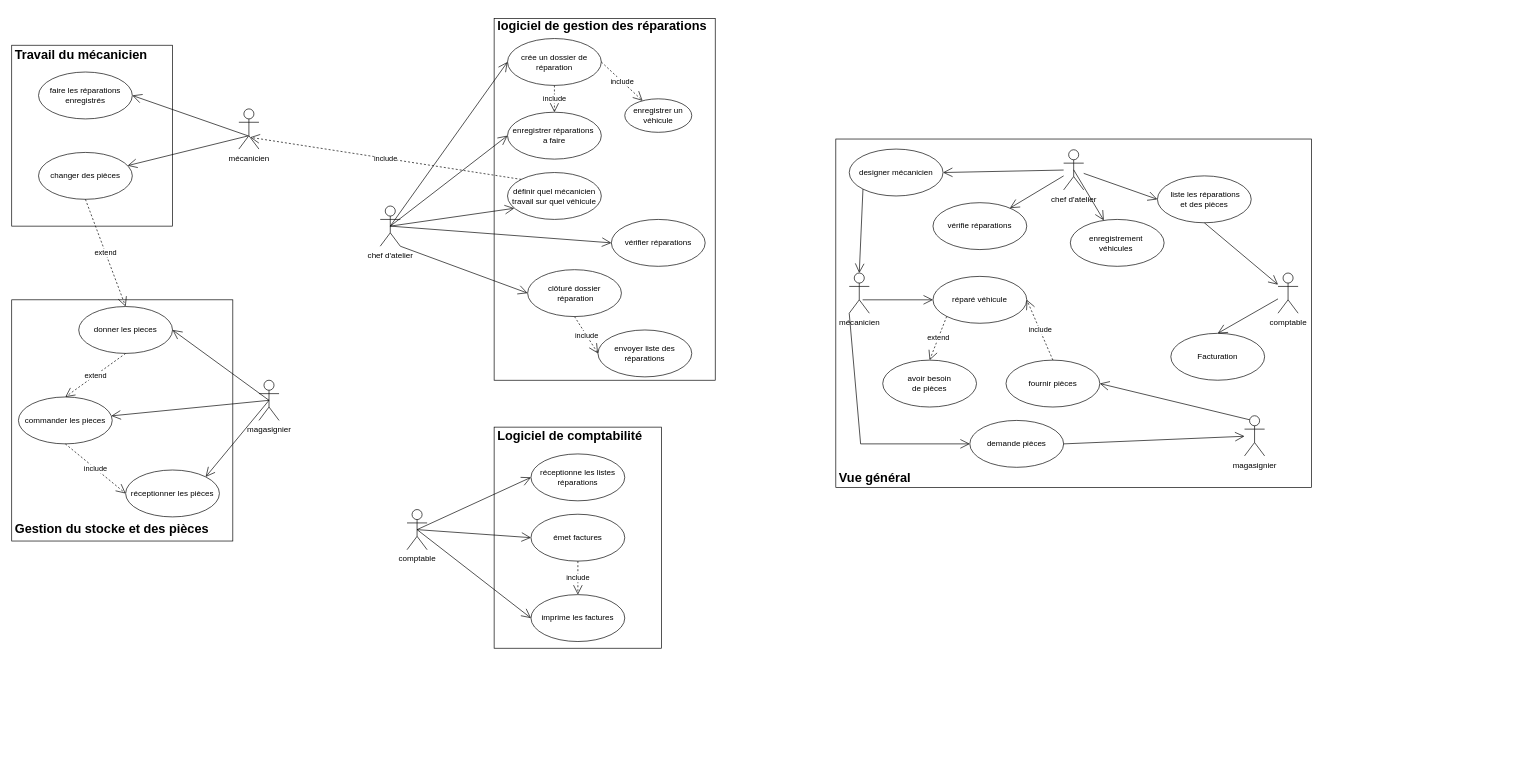
Above: exo_UML/exo auto.drawio in SquizzzGeekCat/IBM_Academy (draw.io), before the change. Source tidied: cells renumbered, new cells numbered last; positions are measured from the earlier drawing's top-left corner, leaving out a move shared by most shapes. Both pictures are drawn from the tidied source at 67%, with x=0, y=0 at pixel (11, 11).
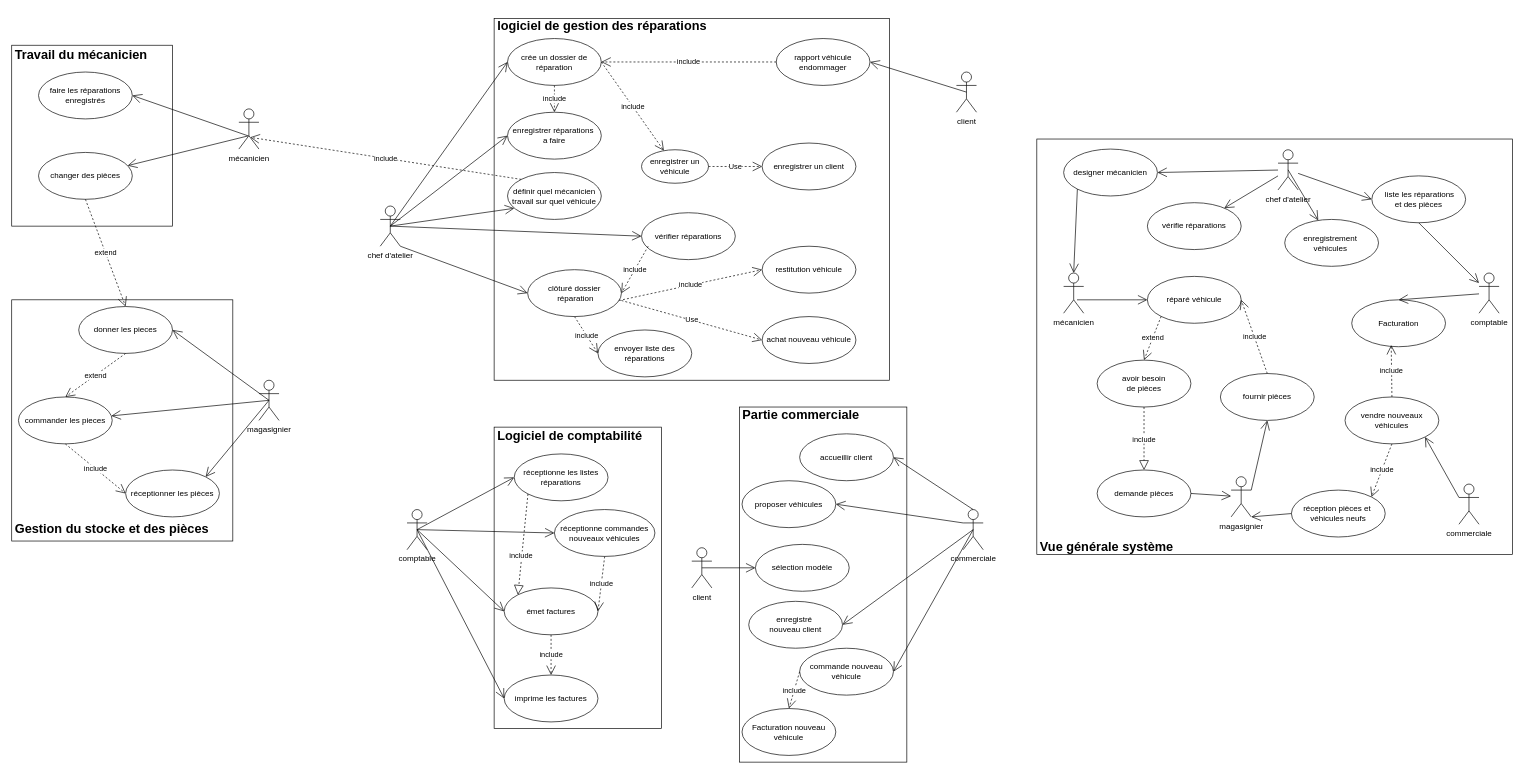
The same page after the edit.

Commit message:
update exo 1 suite 3 besoin implicite

Unchanged cells that the change refers to:
```xml
<mxCell id="3" value="comptable" style="shape=umlActor;verticalLabelPosition=bottom;verticalAlign=top;html=1;outlineConnect=0;" parent="1" vertex="1">
  <mxGeometry x="590" y="743" width="30" height="60" as="geometry" />
</mxCell>
<mxCell id="10" value="clôturé dossier&lt;div&gt;&amp;nbsp;réparation&lt;/div&gt;" style="ellipse;whiteSpace=wrap;html=1;" parent="1" vertex="1">
  <mxGeometry x="770" y="385" width="140" height="70" as="geometry" />
</mxCell>
<mxCell id="11" value="crée un dossier de réparation" style="ellipse;whiteSpace=wrap;html=1;" parent="1" vertex="1">
  <mxGeometry x="740" y="40" width="140" height="70" as="geometry" />
</mxCell>
```

Change to the diagram source:
```diff
@@
     <mxCell id="2" value="&lt;h2&gt;&lt;br&gt;&lt;/h2&gt;" style="html=1;whiteSpace=wrap;align=center;" parent="1" vertex="1">
-      <mxGeometry x="720" y="10" width="330" height="540" as="geometry" />
+      <mxGeometry x="720" y="10" width="590" height="540" as="geometry" />
     </mxCell>
@@
     <mxCell id="6" value="enregistrer un véhicule" style="ellipse;whiteSpace=wrap;html=1;" parent="1" vertex="1">
-      <mxGeometry x="915" y="130" width="100" height="50" as="geometry" />
+      <mxGeometry x="940" y="206" width="100" height="50" as="geometry" />
     </mxCell>
@@
     <mxCell id="9" value="vérifier réparations" style="ellipse;whiteSpace=wrap;html=1;" parent="1" vertex="1">
-      <mxGeometry x="895" y="310" width="140" height="70" as="geometry" />
+      <mxGeometry x="940" y="300" width="140" height="70" as="geometry" />
     </mxCell>
@@
     <mxCell id="21" style="html=1;whiteSpace=wrap;" parent="1" vertex="1">
-      <mxGeometry x="720" y="620" width="250" height="330" as="geometry" />
+      <mxGeometry x="720" y="620" width="250" height="450" as="geometry" />
     </mxCell>
     <mxCell id="22" value="réceptionne les listes réparations" style="ellipse;whiteSpace=wrap;html=1;" parent="1" vertex="1">
-      <mxGeometry x="775" y="660" width="140" height="70" as="geometry" />
+      <mxGeometry x="750" y="660" width="140" height="70" as="geometry" />
     </mxCell>
     <mxCell id="23" value="émet factures" style="ellipse;whiteSpace=wrap;html=1;" parent="1" vertex="1">
-      <mxGeometry x="775" y="750" width="140" height="70" as="geometry" />
+      <mxGeometry x="735" y="860" width="140" height="70" as="geometry" />
     </mxCell>
     <mxCell id="24" value="imprime les factures" style="ellipse;whiteSpace=wrap;html=1;" parent="1" vertex="1">
-      <mxGeometry x="775" y="870" width="140" height="70" as="geometry" />
+      <mxGeometry x="735" y="990" width="140" height="70" as="geometry" />
     </mxCell>
@@
     <mxCell id="29" style="html=1;whiteSpace=wrap;" parent="1" vertex="1">
-      <mxGeometry x="1230" y="190" width="710" height="520" as="geometry" />
+      <mxGeometry x="1530" y="190" width="710" height="620" as="geometry" />
     </mxCell>
     <mxCell id="30" value="enregistrement&amp;nbsp;&lt;div&gt;véhicules&amp;nbsp;&lt;/div&gt;" style="ellipse;whiteSpace=wrap;html=1;" parent="1" vertex="1">
-      <mxGeometry x="1580" y="310" width="140" height="70" as="geometry" />
+      <mxGeometry x="1900" y="310" width="140" height="70" as="geometry" />
     </mxCell>
     <mxCell id="31" value="chef d'atelier" style="shape=umlActor;verticalLabelPosition=bottom;verticalAlign=top;html=1;outlineConnect=0;" parent="1" vertex="1">
-      <mxGeometry x="1570" y="206" width="30" height="60" as="geometry" />
+      <mxGeometry x="1890" y="206" width="30" height="60" as="geometry" />
     </mxCell>
     <mxCell id="32" value="comptable" style="shape=umlActor;verticalLabelPosition=bottom;verticalAlign=top;html=1;outlineConnect=0;" parent="1" vertex="1">
-      <mxGeometry x="1890" y="390" width="30" height="60" as="geometry" />
+      <mxGeometry x="2190" y="390" width="30" height="60" as="geometry" />
     </mxCell>
     <mxCell id="33" value="Facturation" style="ellipse;whiteSpace=wrap;html=1;" parent="1" vertex="1">
-      <mxGeometry x="1730" y="480" width="140" height="70" as="geometry" />
+      <mxGeometry x="2000" y="430" width="140" height="70" as="geometry" />
     </mxCell>
     <mxCell id="34" value="magasignier" style="shape=umlActor;verticalLabelPosition=bottom;verticalAlign=top;html=1;outlineConnect=0;" parent="1" vertex="1">
-      <mxGeometry x="1840" y="603" width="30" height="60" as="geometry" />
+      <mxGeometry x="1820" y="694" width="30" height="60" as="geometry" />
     </mxCell>
     <mxCell id="35" value="mécanicien" style="shape=umlActor;verticalLabelPosition=bottom;verticalAlign=top;html=1;" parent="1" vertex="1">
-      <mxGeometry x="1250" y="390" width="30" height="60" as="geometry" />
+      <mxGeometry x="1570" y="390" width="30" height="60" as="geometry" />
     </mxCell>
     <mxCell id="36" value="réparé véhicule" style="ellipse;whiteSpace=wrap;html=1;" parent="1" vertex="1">
-      <mxGeometry x="1375" y="395" width="140" height="70" as="geometry" />
+      <mxGeometry x="1695" y="395" width="140" height="70" as="geometry" />
     </mxCell>
     <mxCell id="37" value="fournir pièces" style="ellipse;whiteSpace=wrap;html=1;" parent="1" vertex="1">
-      <mxGeometry x="1484" y="520" width="140" height="70" as="geometry" />
+      <mxGeometry x="1804" y="540" width="140" height="70" as="geometry" />
     </mxCell>
@@
     <mxCell id="46" value="designer mécanicien" style="ellipse;whiteSpace=wrap;html=1;" parent="1" vertex="1">
-      <mxGeometry x="1250" y="205" width="140" height="70" as="geometry" />
+      <mxGeometry x="1570" y="205" width="140" height="70" as="geometry" />
     </mxCell>
     <mxCell id="47" value="avoir besoin&lt;div&gt;de pièces&lt;/div&gt;" style="ellipse;whiteSpace=wrap;html=1;" parent="1" vertex="1">
-      <mxGeometry x="1300" y="520" width="140" height="70" as="geometry" />
+      <mxGeometry x="1620" y="520" width="140" height="70" as="geometry" />
     </mxCell>
@@
     <mxCell id="50" value="&amp;nbsp;liste les réparations&lt;div&gt;et des pièces&lt;/div&gt;" style="ellipse;whiteSpace=wrap;html=1;" parent="1" vertex="1">
-      <mxGeometry x="1710" y="245" width="140" height="70" as="geometry" />
+      <mxGeometry x="2030" y="245" width="140" height="70" as="geometry" />
     </mxCell>
-    <mxCell id="51" value="&lt;font style=&quot;font-size: 19px;&quot;&gt;Vue général&lt;/font&gt;" style="text;align=left;fontStyle=1;verticalAlign=middle;spacingLeft=3;spacingRight=3;strokeColor=none;html=1;" parent="1" vertex="1">
-      <mxGeometry x="1230" y="684" width="80" height="26" as="geometry" />
+    <mxCell id="51" value="&lt;font style=&quot;font-size: 19px;&quot;&gt;Vue générale système&lt;/font&gt;" style="text;align=left;fontStyle=1;verticalAlign=middle;spacingLeft=3;spacingRight=3;strokeColor=none;html=1;" parent="1" vertex="1">
+      <mxGeometry x="1530" y="786" width="80" height="26" as="geometry" />
     </mxCell>
@@
     <mxCell id="67" style="endArrow=open;endFill=1;endSize=12;html=1;rounded=0;" parent="1" edge="1" target="36">
       <mxGeometry relative="1" as="geometry">
-        <mxPoint x="1270" y="430" as="sourcePoint" />
+        <mxPoint x="1590" y="430" as="sourcePoint" />
       </mxGeometry>
     </mxCell>
     <mxCell id="68" value="demande pièces" style="ellipse;whiteSpace=wrap;html=1;" parent="1" vertex="1">
-      <mxGeometry x="1430" y="610" width="140" height="70" as="geometry" />
+      <mxGeometry x="1620" y="684" width="140" height="70" as="geometry" />
     </mxCell>
-    <mxCell id="69" style="endArrow=open;endFill=1;endSize=12;html=1;rounded=0;exitX=0;exitY=1;exitDx=0;exitDy=0;exitPerimeter=0;entryX=0;entryY=0.5;entryDx=0;entryDy=0;" parent="1" edge="1" source="35" target="68">
-      <mxGeometry relative="1" as="geometry">
-        <Array as="points">
-          <mxPoint x="1267" y="645" />
-        </Array>
-      </mxGeometry>
-    </mxCell>
@@
-    <mxCell id="71" style="endArrow=open;endFill=1;endSize=12;html=1;rounded=0;entryX=1;entryY=0.5;entryDx=0;entryDy=0;exitX=0.25;exitY=0.1;exitDx=0;exitDy=0;exitPerimeter=0;" parent="1" edge="1" source="34" target="37">
+    <mxCell id="71" style="endArrow=open;endFill=1;endSize=12;html=1;rounded=0;entryX=0.5;entryY=1;entryDx=0;entryDy=0;exitX=1;exitY=0.3333333333333333;exitDx=0;exitDy=0;exitPerimeter=0;" parent="1" edge="1" source="34" target="37">
       <mxGeometry relative="1" as="geometry" />
     </mxCell>
@@
     <mxCell id="76" value="vérifie réparations" style="ellipse;whiteSpace=wrap;html=1;" parent="1" vertex="1">
-      <mxGeometry x="1375" y="285" width="140" height="70" as="geometry" />
+      <mxGeometry x="1695" y="285" width="140" height="70" as="geometry" />
     </mxCell>
@@
+    <mxCell id="78" value="enregistrer un client" style="ellipse;whiteSpace=wrap;html=1;" parent="1" vertex="1">
+      <mxGeometry x="1120" y="196" width="140" height="70" as="geometry" />
+    </mxCell>
+    <mxCell id="79" value="Use" style="endArrow=open;endSize=12;dashed=1;html=1;rounded=0;exitX=1;exitY=0.5;exitDx=0;exitDy=0;" parent="1" edge="1" source="6" target="78">
+      <mxGeometry relative="1" as="geometry" />
+    </mxCell>
+    <mxCell id="80" value="include" style="endArrow=open;endSize=12;dashed=1;html=1;rounded=0;exitX=0.071;exitY=0.714;exitDx=0;exitDy=0;entryX=1;entryY=0.5;entryDx=0;entryDy=0;exitPerimeter=0;" parent="1" edge="1" source="9" target="10">
+      <mxGeometry relative="1" as="geometry" />
+    </mxCell>
+    <mxCell id="81" value="restitution véhicule" style="ellipse;whiteSpace=wrap;html=1;" parent="1" vertex="1">
+      <mxGeometry x="1120" y="350" width="140" height="70" as="geometry" />
+    </mxCell>
+    <mxCell id="82" value="achat nouveau véhicule" style="ellipse;whiteSpace=wrap;html=1;" parent="1" vertex="1">
+      <mxGeometry x="1120" y="455" width="140" height="70" as="geometry" />
+    </mxCell>
+    <mxCell id="83" value="include" style="endArrow=open;endSize=12;dashed=1;html=1;rounded=0;exitX=0.975;exitY=0.657;exitDx=0;exitDy=0;exitPerimeter=0;entryX=0;entryY=0.5;entryDx=0;entryDy=0;" parent="1" edge="1" source="10" target="81">
+      <mxGeometry relative="1" as="geometry" />
+    </mxCell>
+    <mxCell id="84" value="Use" style="endArrow=open;endSize=12;dashed=1;html=1;rounded=0;exitX=1;exitY=0.657;exitDx=0;exitDy=0;exitPerimeter=0;entryX=0;entryY=0.5;entryDx=0;entryDy=0;" parent="1" edge="1" source="10" target="82">
+      <mxGeometry relative="1" as="geometry" />
+    </mxCell>
+    <mxCell id="85" value="commerciale" style="shape=umlActor;verticalLabelPosition=bottom;verticalAlign=top;html=1;" parent="1" vertex="1">
+      <mxGeometry x="1420" y="743" width="30" height="60" as="geometry" />
+    </mxCell>
+    <mxCell id="86" style="html=1;whiteSpace=wrap;" parent="1" vertex="1">
+      <mxGeometry x="1086" y="590" width="250" height="530" as="geometry" />
+    </mxCell>
+    <mxCell id="87" value="accueillir client" style="ellipse;whiteSpace=wrap;html=1;" parent="1" vertex="1">
+      <mxGeometry x="1176" y="630" width="140" height="70" as="geometry" />
+    </mxCell>
+    <mxCell id="88" value="proposer véhicules" style="ellipse;whiteSpace=wrap;html=1;" parent="1" vertex="1">
+      <mxGeometry x="1090" y="700" width="140" height="70" as="geometry" />
+    </mxCell>
+    <mxCell id="89" value="commande nouveau&lt;div&gt;véhicule&lt;/div&gt;" style="ellipse;whiteSpace=wrap;html=1;" parent="1" vertex="1">
+      <mxGeometry x="1176" y="950" width="140" height="70" as="geometry" />
+    </mxCell>
+    <mxCell id="90" value="Facturation nouveau véhicule" style="ellipse;whiteSpace=wrap;html=1;" parent="1" vertex="1">
+      <mxGeometry x="1090" y="1040" width="140" height="70" as="geometry" />
+    </mxCell>
+    <mxCell id="91" value="réceptionne commandes&lt;div&gt;nouveaux véhicules&lt;/div&gt;" style="ellipse;whiteSpace=wrap;html=1;" parent="1" vertex="1">
+      <mxGeometry x="810" y="743" width="150" height="70" as="geometry" />
+    </mxCell>
+    <mxCell id="92" style="endArrow=open;endFill=1;endSize=12;html=1;rounded=0;exitX=0.5;exitY=0.5;exitDx=0;exitDy=0;exitPerimeter=0;entryX=0;entryY=0.5;entryDx=0;entryDy=0;" parent="1" edge="1" source="3" target="91">
+      <mxGeometry relative="1" as="geometry" />
+    </mxCell>
+    <mxCell id="93" style="endArrow=block;dashed=1;endFill=0;endSize=12;html=1;rounded=0;exitX=0;exitY=1;exitDx=0;exitDy=0;entryX=0;entryY=0;entryDx=0;entryDy=0;" parent="1" edge="1" source="22" target="23">
+      <mxGeometry relative="1" as="geometry" />
+    </mxCell>
+    <mxCell id="94" value="include" style="edgeLabel;html=1;align=center;verticalAlign=middle;" parent="93" vertex="1">
+      <mxGeometry x="0.22" y="-1" relative="1" as="geometry">
+        <mxPoint x="-1" as="offset" />
+      </mxGeometry>
+    </mxCell>
+    <mxCell id="95" value="include" style="endArrow=open;endSize=12;dashed=1;html=1;rounded=0;exitX=0.5;exitY=1;exitDx=0;exitDy=0;entryX=1;entryY=0.5;entryDx=0;entryDy=0;" parent="1" edge="1" source="91" target="23">
+      <mxGeometry relative="1" as="geometry" />
+    </mxCell>
+    <mxCell id="96" value="enregistré&amp;nbsp;&lt;div&gt;nouveau client&lt;/div&gt;" style="ellipse;whiteSpace=wrap;html=1;" parent="1" vertex="1">
+      <mxGeometry x="1100" y="880" width="140" height="70" as="geometry" />
+    </mxCell>
+    <mxCell id="97" style="endArrow=open;endFill=1;endSize=12;html=1;rounded=0;exitX=0.5;exitY=0;exitDx=0;exitDy=0;exitPerimeter=0;entryX=1;entryY=0.5;entryDx=0;entryDy=0;" parent="1" edge="1" source="85" target="87">
+      <mxGeometry relative="1" as="geometry" />
+    </mxCell>
+    <mxCell id="98" style="endArrow=open;endFill=1;endSize=12;html=1;rounded=0;exitX=0;exitY=0.3333333333333333;exitDx=0;exitDy=0;exitPerimeter=0;entryX=1;entryY=0.5;entryDx=0;entryDy=0;" parent="1" edge="1" source="85" target="88">
+      <mxGeometry relative="1" as="geometry" />
+    </mxCell>
+    <mxCell id="99" value="sélection modèle" style="ellipse;whiteSpace=wrap;html=1;" parent="1" vertex="1">
+      <mxGeometry x="1110" y="795" width="140" height="70" as="geometry" />
+    </mxCell>
+    <mxCell id="100" value="client" style="shape=umlActor;verticalLabelPosition=bottom;verticalAlign=top;html=1;" parent="1" vertex="1">
+      <mxGeometry x="1015" y="800" width="30" height="60" as="geometry" />
+    </mxCell>
+    <mxCell id="101" style="endArrow=open;endFill=1;endSize=12;html=1;rounded=0;exitX=0.5;exitY=0.5;exitDx=0;exitDy=0;exitPerimeter=0;entryX=0;entryY=0.5;entryDx=0;entryDy=0;" parent="1" edge="1" source="100" target="99">
+      <mxGeometry relative="1" as="geometry" />
+    </mxCell>
+    <mxCell id="102" style="endArrow=open;endFill=1;endSize=12;html=1;rounded=0;exitX=0.5;exitY=0.5;exitDx=0;exitDy=0;exitPerimeter=0;entryX=1;entryY=0.5;entryDx=0;entryDy=0;" parent="1" edge="1" source="85" target="96">
+      <mxGeometry relative="1" as="geometry" />
+    </mxCell>
+    <mxCell id="103" style="endArrow=open;endFill=1;endSize=12;html=1;rounded=0;exitX=0.5;exitY=0.5;exitDx=0;exitDy=0;exitPerimeter=0;entryX=1;entryY=0.5;entryDx=0;entryDy=0;" parent="1" edge="1" source="85" target="89">
+      <mxGeometry relative="1" as="geometry" />
+    </mxCell>
+    <mxCell id="104" value="include" style="endArrow=open;endSize=12;dashed=1;html=1;rounded=0;exitX=0;exitY=0.5;exitDx=0;exitDy=0;entryX=0.5;entryY=0;entryDx=0;entryDy=0;" parent="1" edge="1" source="89" target="90">
+      <mxGeometry relative="1" as="geometry" />
+    </mxCell>
+    <mxCell id="105" value="&lt;font style=&quot;font-size: 19px;&quot;&gt;Partie commerciale&lt;/font&gt;" style="text;align=left;fontStyle=1;verticalAlign=middle;spacingLeft=3;spacingRight=3;strokeColor=none;html=1;" parent="1" vertex="1">
+      <mxGeometry x="1086" y="590" width="80" height="26" as="geometry" />
+    </mxCell>
+    <mxCell id="106" value="client" style="shape=umlActor;verticalLabelPosition=bottom;verticalAlign=top;html=1;" parent="1" vertex="1">
+      <mxGeometry x="1410" y="90" width="30" height="60" as="geometry" />
+    </mxCell>
+    <mxCell id="107" value="rapport véhicule endommager" style="ellipse;whiteSpace=wrap;html=1;" parent="1" vertex="1">
+      <mxGeometry x="1141" y="40" width="140" height="70" as="geometry" />
+    </mxCell>
+    <mxCell id="108" style="endArrow=open;endFill=1;endSize=12;html=1;rounded=0;exitX=0.5;exitY=0.5;exitDx=0;exitDy=0;exitPerimeter=0;entryX=1;entryY=0.5;entryDx=0;entryDy=0;" parent="1" edge="1" source="106" target="107">
+      <mxGeometry relative="1" as="geometry" />
+    </mxCell>
+    <mxCell id="109" value="include" style="endArrow=open;endSize=12;dashed=1;html=1;rounded=0;exitX=0;exitY=0.5;exitDx=0;exitDy=0;" parent="1" edge="1" source="107" target="11">
+      <mxGeometry relative="1" as="geometry" />
+    </mxCell>
+    <mxCell id="110" style="endArrow=block;dashed=1;endFill=0;endSize=12;html=1;rounded=0;exitX=0.5;exitY=1;exitDx=0;exitDy=0;" parent="1" edge="1" source="47" target="68">
+      <mxGeometry relative="1" as="geometry" />
+    </mxCell>
+    <mxCell id="111" value="include" style="edgeLabel;html=1;align=center;verticalAlign=middle;" parent="110" vertex="1">
+      <mxGeometry y="-1" relative="1" as="geometry" />
+    </mxCell>
+    <mxCell id="112" value="commerciale" style="shape=umlActor;verticalLabelPosition=bottom;verticalAlign=top;html=1;" parent="1" vertex="1">
+      <mxGeometry x="2160" y="705" width="30" height="60" as="geometry" />
+    </mxCell>
+    <mxCell id="113" value="vendre nouveaux véhicules" style="ellipse;whiteSpace=wrap;html=1;" parent="1" vertex="1">
+      <mxGeometry x="1990" y="575" width="140" height="70" as="geometry" />
+    </mxCell>
+    <mxCell id="114" style="endArrow=open;endFill=1;endSize=12;html=1;rounded=0;exitX=0;exitY=0.3333333333333333;exitDx=0;exitDy=0;exitPerimeter=0;entryX=1;entryY=1;entryDx=0;entryDy=0;" parent="1" edge="1" source="112" target="113">
+      <mxGeometry relative="1" as="geometry" />
+    </mxCell>
+    <mxCell id="115" value="include" style="endArrow=open;endSize=12;dashed=1;html=1;rounded=0;exitX=0.5;exitY=0;exitDx=0;exitDy=0;entryX=0.421;entryY=0.964;entryDx=0;entryDy=0;entryPerimeter=0;" parent="1" edge="1" source="113" target="33">
+      <mxGeometry relative="1" as="geometry" />
+    </mxCell>
+    <mxCell id="116" value="réception pièces et&amp;nbsp;&lt;div&gt;véhicules neufs&lt;/div&gt;" style="ellipse;whiteSpace=wrap;html=1;" parent="1" vertex="1">
+      <mxGeometry x="1910" y="714" width="140" height="70" as="geometry" />
+    </mxCell>
+    <mxCell id="117" style="endArrow=open;endFill=1;endSize=12;html=1;rounded=0;exitX=0;exitY=0.5;exitDx=0;exitDy=0;entryX=1;entryY=1;entryDx=0;entryDy=0;entryPerimeter=0;" parent="1" edge="1" source="116" target="34">
+      <mxGeometry relative="1" as="geometry" />
+    </mxCell>
+    <mxCell id="118" value="include" style="endArrow=open;endSize=12;dashed=1;html=1;rounded=0;exitX=0.5;exitY=1;exitDx=0;exitDy=0;entryX=1;entryY=0;entryDx=0;entryDy=0;" parent="1" edge="1" source="113" target="116">
+      <mxGeometry relative="1" as="geometry" />
+    </mxCell>
```
